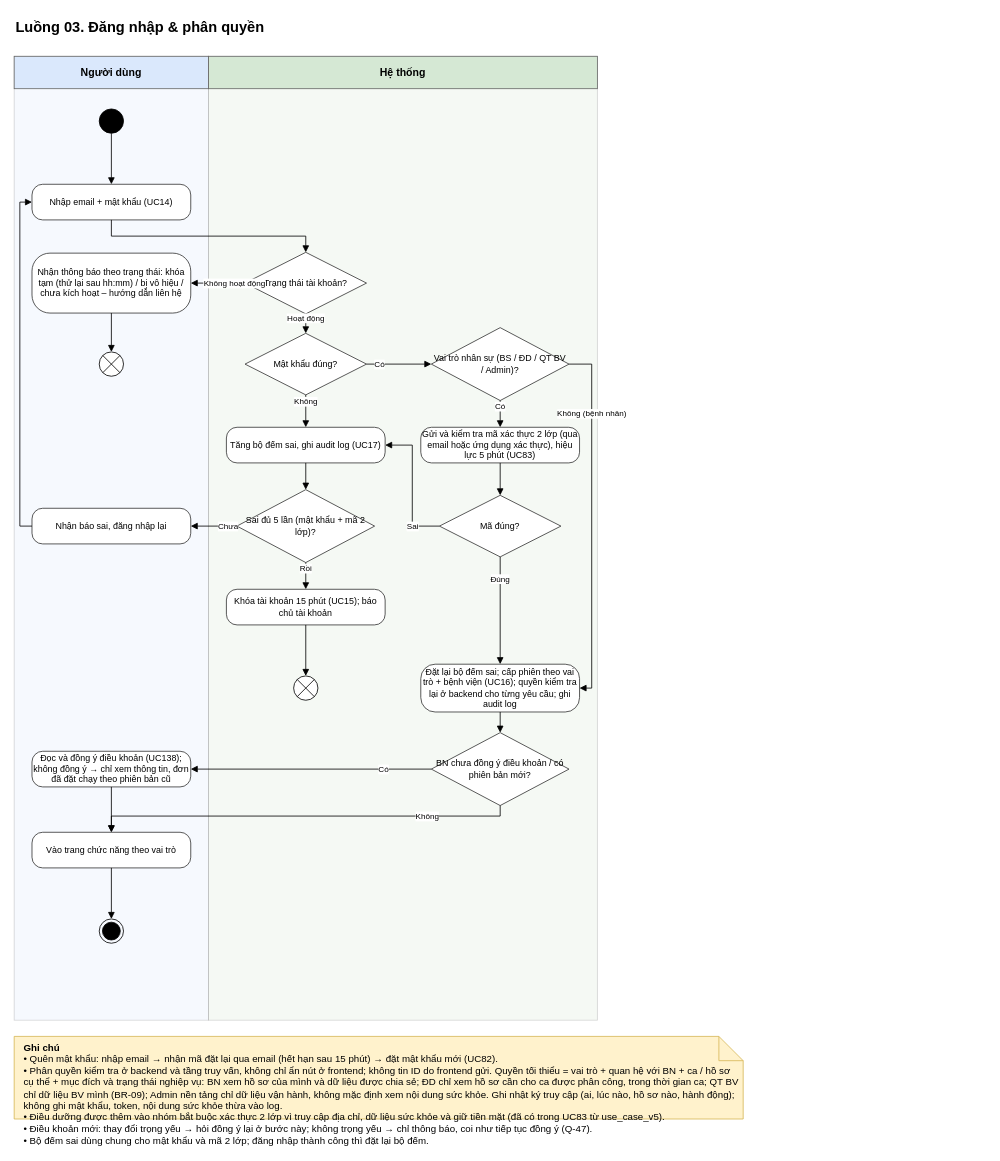
NguyenHuuPhuc-Dev21/HealthCareSystem keeps this draw.io diagram as page "03. Đăng nhập & phân quyền" (4 of 19) of docs/design/workflow_diagram.drawio. Above is the earlier version. Source tidied: cells renumbered, new cells numbered last; positions are measured from the earlier drawing's top-left corner, leaving out a move shared by most shapes. Both pictures are drawn from the tidied source at 81%, with x=0, y=0 at pixel (14, 14).
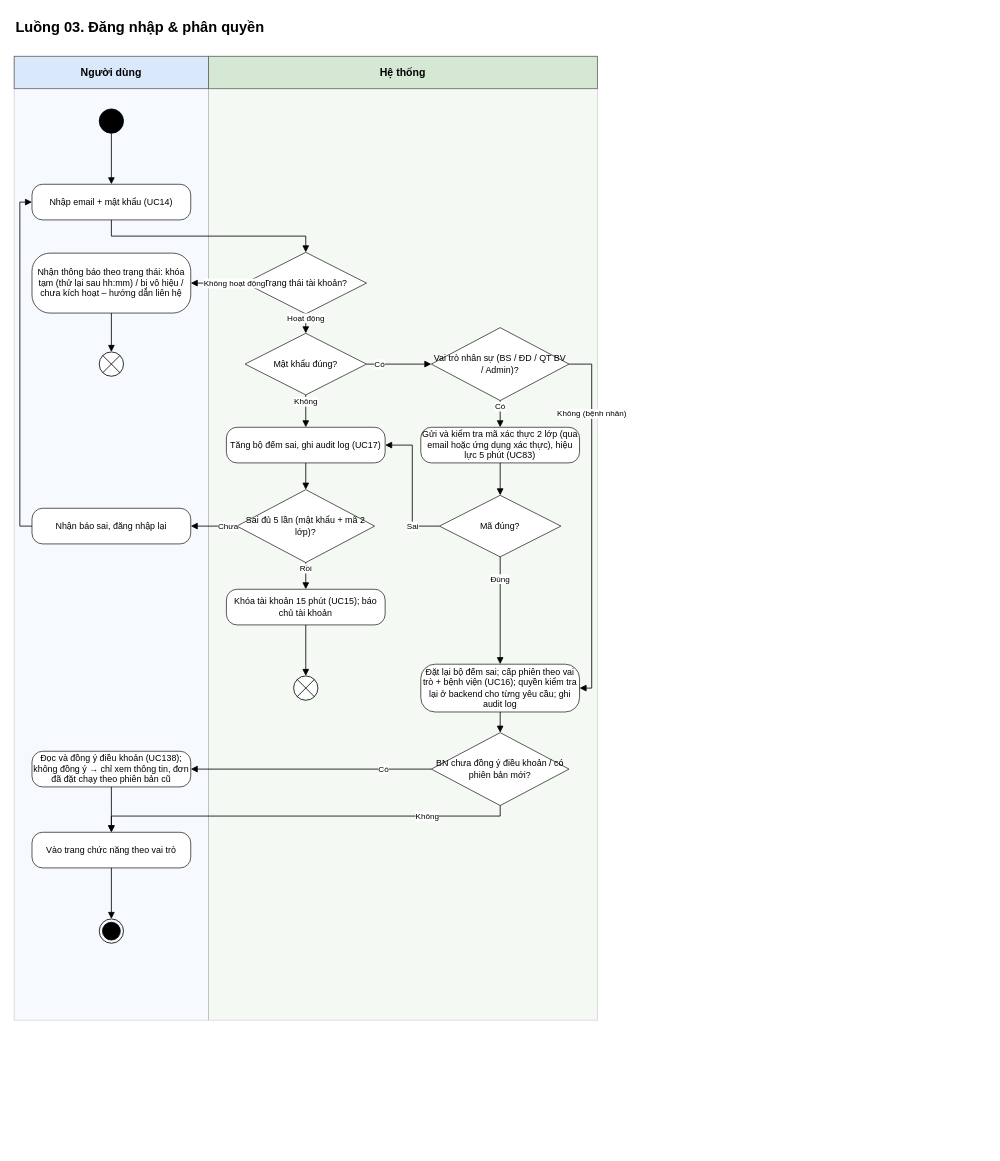
The same diagram, later.

Change to the diagram source:
```diff
@@
-    <mxCell id="48" value="&lt;b&gt;Ghi chú&lt;/b&gt;&lt;br&gt;• Quên mật khẩu: nhập email → nhận mã đặt lại qua email (hết hạn sau 15 phút) → đặt mật khẩu mới (UC82).&lt;br&gt;• Phân quyền kiểm tra ở backend và tầng truy vấn, không chỉ ẩn nút ở frontend; không tin ID do frontend gửi. Quyền tối thiểu = vai trò + quan hệ với BN + ca / hồ sơ cụ thể + mục đích và trạng thái nghiệp vụ: BN xem hồ sơ của mình và dữ liệu được chia sẻ; ĐD chỉ xem hồ sơ cần cho ca được phân công, trong thời gian ca; QT BV chỉ dữ liệu BV mình (BR-09); Admin nền tảng chỉ dữ liệu vận hành, không mặc định xem nội dung sức khỏe. Ghi nhật ký truy cập (ai, lúc nào, hồ sơ nào, hành động); không ghi mật khẩu, token, nội dung sức khỏe thừa vào log.&lt;br&gt;• Điều dưỡng được thêm vào nhóm bắt buộc xác thực 2 lớp vì truy cập địa chỉ, dữ liệu sức khỏe và giữ tiền mặt (đã có trong UC83 từ use_case_v5).&lt;br&gt;• Điều khoản mới: thay đổi trọng yếu → hỏi đồng ý lại ở bước này; không trọng yếu → chỉ thông báo, coi như tiếp tục đồng ý (Q-47).&lt;br&gt;• Bộ đếm sai dùng chung cho mật khẩu và mã 2 lớp; đăng nhập thành công thì đặt lại bộ đếm." style="shape=note;whiteSpace=wrap;html=1;fillColor=#fff2cc;strokeColor=#d6b656;align=left;spacingLeft=10;fontSize=12;verticalAlign=top;" parent="1" vertex="1">
-      <mxGeometry y="1262" width="900" height="102" as="geometry" />
-    </mxCell>
```
